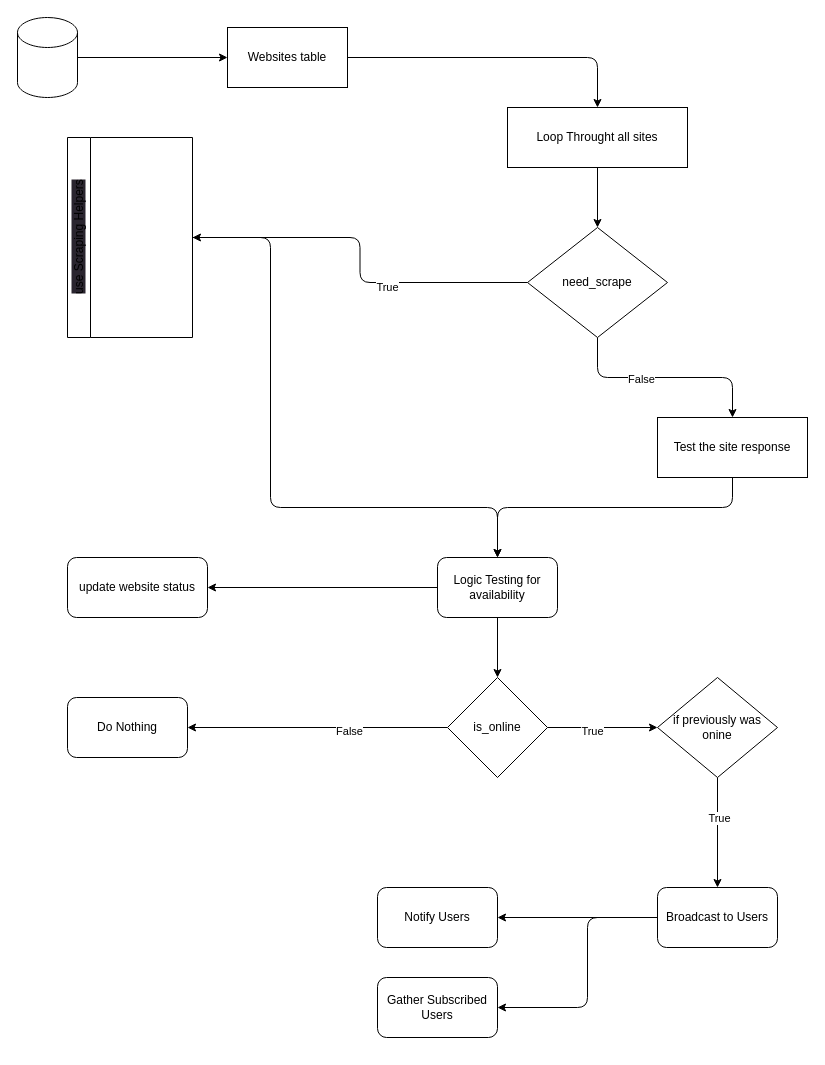
Above: zDocs/HowCheckingWebsitesWorks.drawio in Jervi-sir/visa_tracker_laravel (draw.io), before the change. Source tidied: cells renumbered, new cells numbered last; positions are measured from the earlier drawing's top-left corner, leaving out a move shared by most shapes. Both pictures are drawn from the tidied source at 100%, with x=0, y=0 at pixel (17, 17).
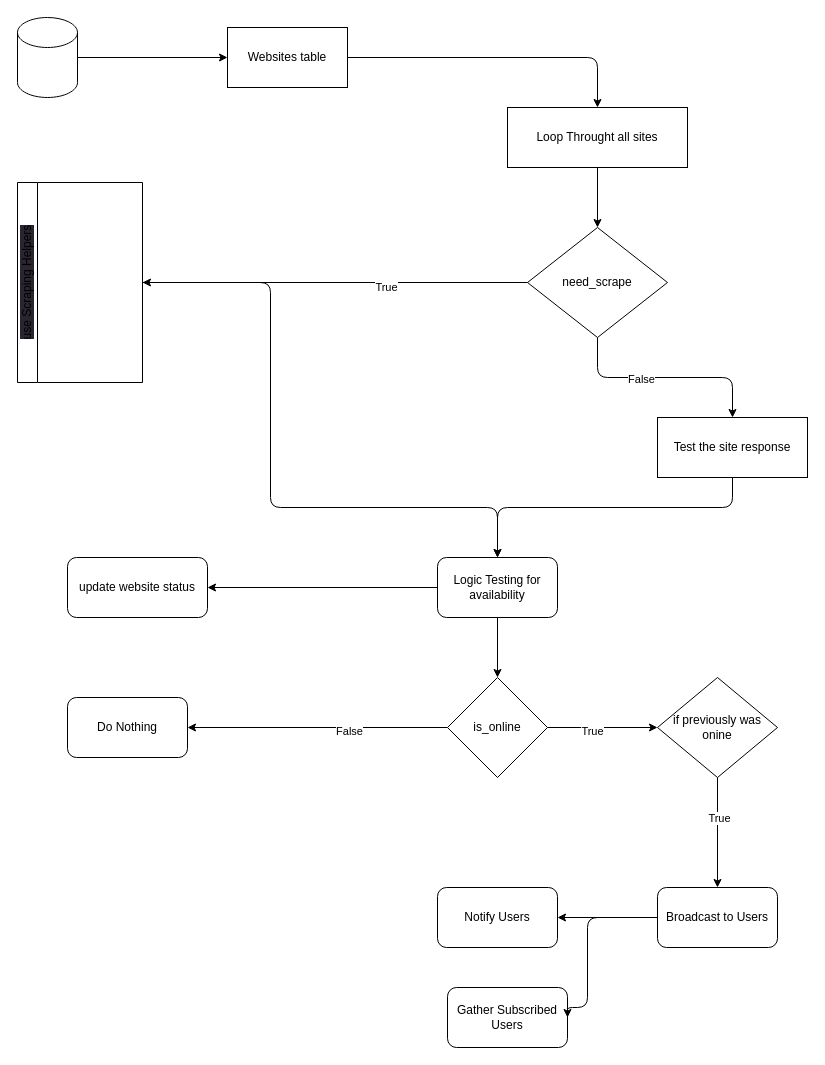
The same diagram, later.

Unchanged cells that the change refers to:
```xml
<mxCell id="17" value="Logic Testing for availability" style="rounded=1;whiteSpace=wrap;html=1;" parent="1" vertex="1">
  <mxGeometry x="420" y="540" width="120" height="60" as="geometry" />
</mxCell>
```

What changed in the source:
```diff
@@
     <mxCell id="18" style="edgeStyle=orthogonalEdgeStyle;html=1;endArrow=classic;endFill=1;" parent="1" edge="1" source="19" target="17">
       <mxGeometry relative="1" as="geometry">
         <Array as="points">
-          <mxPoint x="253" y="220" />
+          <mxPoint x="253" y="265" />
           <mxPoint x="253" y="490" />
           <mxPoint x="480" y="490" />
         </Array>
       </mxGeometry>
     </mxCell>
-    <mxCell id="19" value="&lt;span style=&quot;font-weight: 400; background-color: rgb(42, 37, 47);&quot;&gt;use Scraping Helpers&lt;/span&gt;" style="swimlane;horizontal=0;whiteSpace=wrap;html=1;" parent="1" vertex="1">
-      <mxGeometry x="50" y="120" width="125" height="200" as="geometry" />
+    <mxCell id="19" value="&lt;span style=&quot;font-weight: 400; background-color: rgb(42, 37, 47);&quot;&gt;use Scraping Helpers&lt;/span&gt;" style="swimlane;horizontal=0;whiteSpace=wrap;html=1;startSize=20;" parent="1" vertex="1">
+      <mxGeometry y="165" width="125" height="200" as="geometry" />
     </mxCell>
@@
     <mxCell id="31" value="Gather Subscribed Users" style="rounded=1;whiteSpace=wrap;html=1;" parent="1" vertex="1">
-      <mxGeometry x="360" y="960" width="120" height="60" as="geometry" />
+      <mxGeometry x="430" y="970" width="120" height="60" as="geometry" />
     </mxCell>
     <mxCell id="32" value="Notify Users" style="rounded=1;whiteSpace=wrap;html=1;" parent="1" vertex="1">
-      <mxGeometry x="360" y="870" width="120" height="60" as="geometry" />
+      <mxGeometry x="420" y="870" width="120" height="60" as="geometry" />
     </mxCell>
```
